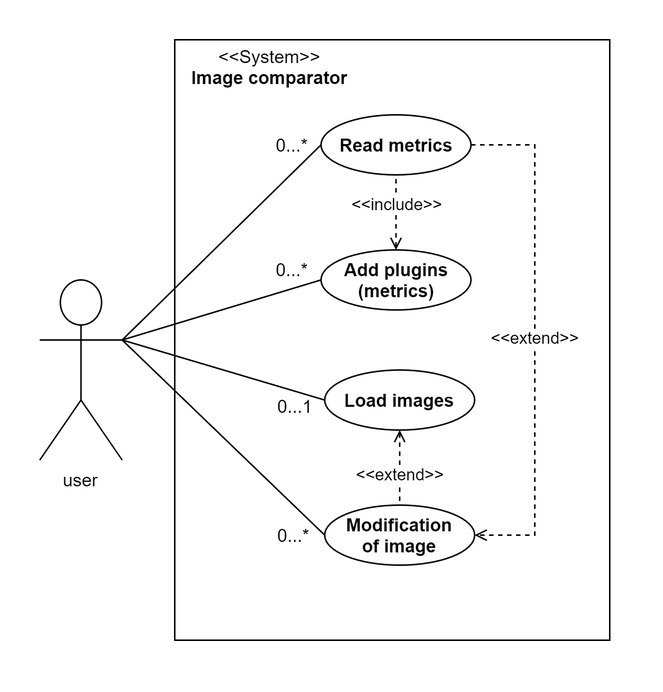
Above: docs/use_case_diagram.png in software-engineering-labs-group-5/image-similarity (draw.io), before the change. Source tidied: cells renumbered, new cells last; positions are measured from the earlier drawing's top-left corner, leaving out a move shared by most shapes. The source it was exported from:
```xml
<mxGraphModel>
  <root>
    <mxCell id="0" />
    <mxCell id="1" parent="0" />
    <mxCell id="2" style="rounded=0;whiteSpace=wrap;html=1;" parent="1" vertex="1">
      <mxGeometry x="90" width="290" height="400" as="geometry" />
    </mxCell>
    <mxCell id="3" style="rounded=0;jettySize=auto;html=1;exitX=1;exitY=0.3333333333333333;exitDx=0;exitDy=0;exitPerimeter=0;entryX=0;entryY=0.5;entryDx=0;entryDy=0;endArrow=none;endFill=0;" parent="1" edge="1" source="6" target="8">
      <mxGeometry relative="1" as="geometry" />
    </mxCell>
    <mxCell id="4" style="edgeStyle=none;rounded=0;jettySize=auto;html=1;exitX=1;exitY=0.3333333333333333;exitDx=0;exitDy=0;exitPerimeter=0;entryX=0;entryY=0.5;entryDx=0;entryDy=0;endArrow=none;endFill=0;" parent="1" edge="1" source="6" target="9">
      <mxGeometry relative="1" as="geometry" />
    </mxCell>
    <mxCell id="5" style="edgeStyle=none;rounded=0;jettySize=auto;html=1;exitX=1;exitY=0.3333333333333333;exitDx=0;exitDy=0;exitPerimeter=0;entryX=0;entryY=0.5;entryDx=0;entryDy=0;endArrow=none;endFill=0;" parent="1" edge="1" source="6" target="12">
      <mxGeometry relative="1" as="geometry" />
    </mxCell>
    <mxCell id="6" value="user" style="shape=umlActor;verticalLabelPosition=bottom;verticalAlign=top;html=1;outlineConnect=0;rotation=0;direction=east;horizontal=1;" parent="1" vertex="1">
      <mxGeometry y="160" width="55" height="120" as="geometry" />
    </mxCell>
    <mxCell id="7" value="&amp;lt;&amp;lt;include&amp;gt;&amp;gt;" style="edgeStyle=orthogonalEdgeStyle;rounded=0;jettySize=auto;html=1;dashed=1;startArrow=open;startFill=0;endArrow=none;endFill=0;" parent="1" edge="1" source="8" target="13">
      <mxGeometry x="0.2" relative="1" as="geometry" />
    </mxCell>
    <mxCell id="8" value="Add plugins (metrics)" style="ellipse;whiteSpace=wrap;html=1;fontStyle=1;" parent="1" vertex="1">
      <mxGeometry x="187.5" y="140" width="100" height="40" as="geometry" />
    </mxCell>
    <mxCell id="9" value="Load images" style="ellipse;whiteSpace=wrap;html=1;fontStyle=1;" parent="1" vertex="1">
      <mxGeometry x="190" y="220" width="100" height="40" as="geometry" />
    </mxCell>
    <mxCell id="10" value="&amp;lt;&amp;lt;extend&amp;gt;&amp;gt;" style="edgeStyle=orthogonalEdgeStyle;rounded=0;jettySize=auto;html=1;exitX=1;exitY=0.5;exitDx=0;exitDy=0;entryX=1;entryY=0.5;entryDx=0;entryDy=0;dashed=1;endArrow=open;endFill=0;" parent="1" edge="1" source="13" target="12">
      <mxGeometry relative="1" as="geometry">
        <Array as="points">
          <mxPoint x="330" y="70" />
          <mxPoint x="330" y="330" />
        </Array>
      </mxGeometry>
    </mxCell>
    <mxCell id="11" value="&amp;lt;&amp;lt;extend&amp;gt;&amp;gt;" style="edgeStyle=none;rounded=0;jettySize=auto;html=1;exitX=0.5;exitY=1;exitDx=0;exitDy=0;entryX=0.5;entryY=0;entryDx=0;entryDy=0;startArrow=open;startFill=0;endArrow=none;endFill=0;dashed=1;" parent="1" edge="1" source="9" target="12">
      <mxGeometry x="0.2" relative="1" as="geometry" />
    </mxCell>
    <mxCell id="12" value="Modification&lt;br&gt;of image" style="ellipse;whiteSpace=wrap;html=1;fontStyle=1;" parent="1" vertex="1">
      <mxGeometry x="190" y="310" width="100" height="40" as="geometry" />
    </mxCell>
    <mxCell id="13" value="Read metrics" style="ellipse;whiteSpace=wrap;html=1;fontStyle=1;" parent="1" vertex="1">
      <mxGeometry x="187.5" y="50" width="100" height="40" as="geometry" />
    </mxCell>
    <mxCell id="14" style="endArrow=none;html=1;entryX=0;entryY=0.5;entryDx=0;entryDy=0;exitX=1;exitY=0.3333333333333333;exitDx=0;exitDy=0;exitPerimeter=0;" parent="1" edge="1" source="6" target="13">
      <mxGeometry relative="1" as="geometry" />
    </mxCell>
    <mxCell id="15" value="0...*" style="text;html=1;align=center;verticalAlign=middle;" parent="1" vertex="1">
      <mxGeometry x="149.3" y="320" width="40" height="20" as="geometry" />
    </mxCell>
    <mxCell id="16" value="&amp;lt;&amp;lt;System&amp;gt;&amp;gt;&lt;br&gt;&lt;b&gt;Image comparator&lt;/b&gt;" style="text;html=1;align=center;verticalAlign=middle;" parent="1" vertex="1">
      <mxGeometry x="93" y="3" width="120" height="30" as="geometry" />
    </mxCell>
    <mxCell id="17" value="0...*" style="text;html=1;align=center;verticalAlign=middle;" parent="1" vertex="1">
      <mxGeometry x="147.5" y="60" width="40" height="20" as="geometry" />
    </mxCell>
    <mxCell id="18" value="0...1" style="text;html=1;align=center;verticalAlign=middle;" parent="1" vertex="1">
      <mxGeometry x="150.1" y="234" width="40" height="20" as="geometry" />
    </mxCell>
    <mxCell id="19" value="0...*" style="text;html=1;align=center;verticalAlign=middle;" parent="1" vertex="1">
      <mxGeometry x="147.5" y="143" width="40" height="20" as="geometry" />
    </mxCell>
  </root>
</mxGraphModel>
```
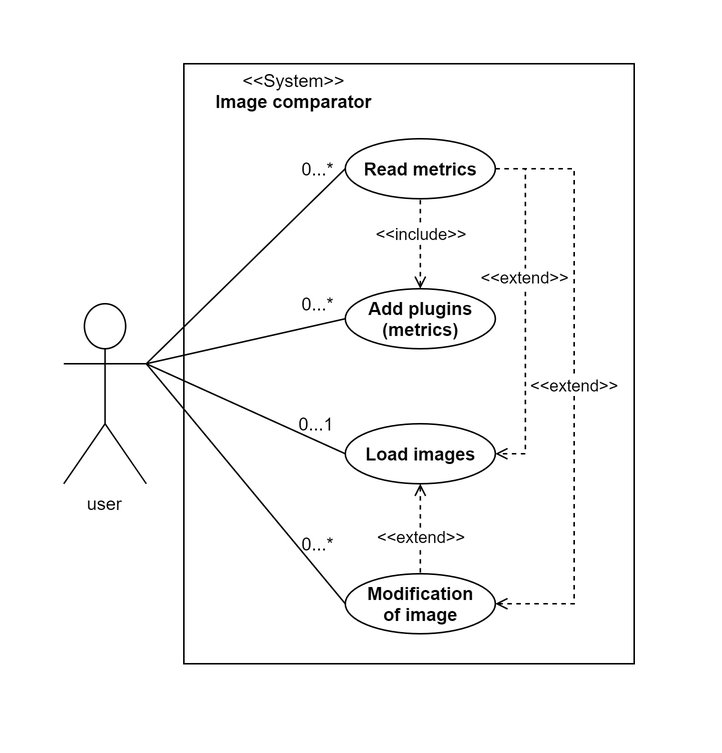
Above is the later version.

Commit message:
Update use case diagram (#4)

* Update use_case_diagram.drawio

* Regenerate use_case_diagram.png

Change to the diagram source:
```diff
@@ -2,9 +2,9 @@
   <root>
     <mxCell id="0" />
     <mxCell id="1" parent="0" />
-    <mxCell id="2" style="rounded=0;whiteSpace=wrap;html=1;" parent="1" vertex="1">
-      <mxGeometry x="90" width="290" height="400" as="geometry" />
-    </mxCell>
+    <mxCell id="20" style="rounded=0;whiteSpace=wrap;html=1;" parent="1" vertex="1">
+      <mxGeometry x="120" y="40" width="300" height="400" as="geometry" />
+    </mxCell>
     <mxCell id="3" style="rounded=0;jettySize=auto;html=1;exitX=1;exitY=0.3333333333333333;exitDx=0;exitDy=0;exitPerimeter=0;entryX=0;entryY=0.5;entryDx=0;entryDy=0;endArrow=none;endFill=0;" parent="1" edge="1" source="6" target="8">
       <mxGeometry relative="1" as="geometry" />
     </mxCell>
@@ -15,22 +15,22 @@
       <mxGeometry relative="1" as="geometry" />
     </mxCell>
     <mxCell id="6" value="user" style="shape=umlActor;verticalLabelPosition=bottom;verticalAlign=top;html=1;outlineConnect=0;rotation=0;direction=east;horizontal=1;" parent="1" vertex="1">
-      <mxGeometry y="160" width="55" height="120" as="geometry" />
+      <mxGeometry x="40" y="200" width="55" height="120" as="geometry" />
     </mxCell>
     <mxCell id="7" value="&amp;lt;&amp;lt;include&amp;gt;&amp;gt;" style="edgeStyle=orthogonalEdgeStyle;rounded=0;jettySize=auto;html=1;dashed=1;startArrow=open;startFill=0;endArrow=none;endFill=0;" parent="1" edge="1" source="8" target="13">
       <mxGeometry x="0.2" relative="1" as="geometry" />
     </mxCell>
     <mxCell id="8" value="Add plugins (metrics)" style="ellipse;whiteSpace=wrap;html=1;fontStyle=1;" parent="1" vertex="1">
-      <mxGeometry x="187.5" y="140" width="100" height="40" as="geometry" />
+      <mxGeometry x="227.5" y="190" width="100" height="40" as="geometry" />
     </mxCell>
     <mxCell id="9" value="Load images" style="ellipse;whiteSpace=wrap;html=1;fontStyle=1;" parent="1" vertex="1">
-      <mxGeometry x="190" y="220" width="100" height="40" as="geometry" />
+      <mxGeometry x="227.5" y="280" width="100" height="40" as="geometry" />
     </mxCell>
     <mxCell id="10" value="&amp;lt;&amp;lt;extend&amp;gt;&amp;gt;" style="edgeStyle=orthogonalEdgeStyle;rounded=0;jettySize=auto;html=1;exitX=1;exitY=0.5;exitDx=0;exitDy=0;entryX=1;entryY=0.5;entryDx=0;entryDy=0;dashed=1;endArrow=open;endFill=0;" parent="1" edge="1" source="13" target="12">
       <mxGeometry relative="1" as="geometry">
         <Array as="points">
-          <mxPoint x="330" y="70" />
-          <mxPoint x="330" y="330" />
+          <mxPoint x="380" y="110" />
+          <mxPoint x="380" y="400" />
         </Array>
       </mxGeometry>
     </mxCell>
@@ -38,28 +38,36 @@
       <mxGeometry x="0.2" relative="1" as="geometry" />
     </mxCell>
     <mxCell id="12" value="Modification&lt;br&gt;of image" style="ellipse;whiteSpace=wrap;html=1;fontStyle=1;" parent="1" vertex="1">
-      <mxGeometry x="190" y="310" width="100" height="40" as="geometry" />
+      <mxGeometry x="227.5" y="380" width="100" height="40" as="geometry" />
     </mxCell>
+    <mxCell id="21" style="edgeStyle=orthogonalEdgeStyle;rounded=0;jettySize=auto;html=1;exitX=1;exitY=0.5;exitDx=0;exitDy=0;entryX=1;entryY=0.5;entryDx=0;entryDy=0;dashed=1;endArrow=open;endFill=0;" parent="1" edge="1" source="13" target="9">
+      <mxGeometry relative="1" as="geometry" />
+    </mxCell>
+    <mxCell id="22" value="&amp;lt;&amp;lt;extend&amp;gt;&amp;gt;" style="edgeLabel;html=1;align=center;verticalAlign=middle;" parent="21" vertex="1">
+      <mxGeometry x="-0.11" y="-1" relative="1" as="geometry">
+        <mxPoint y="-8.9" as="offset" />
+      </mxGeometry>
+    </mxCell>
     <mxCell id="13" value="Read metrics" style="ellipse;whiteSpace=wrap;html=1;fontStyle=1;" parent="1" vertex="1">
-      <mxGeometry x="187.5" y="50" width="100" height="40" as="geometry" />
+      <mxGeometry x="227.5" y="90" width="100" height="40" as="geometry" />
     </mxCell>
     <mxCell id="14" style="endArrow=none;html=1;entryX=0;entryY=0.5;entryDx=0;entryDy=0;exitX=1;exitY=0.3333333333333333;exitDx=0;exitDy=0;exitPerimeter=0;" parent="1" edge="1" source="6" target="13">
       <mxGeometry relative="1" as="geometry" />
     </mxCell>
-    <mxCell id="15" value="0...*" style="text;html=1;align=center;verticalAlign=middle;" parent="1" vertex="1">
-      <mxGeometry x="149.3" y="320" width="40" height="20" as="geometry" />
-    </mxCell>
+    <mxCell id="23" value="0...*" style="text;html=1;align=center;verticalAlign=middle;" parent="1" vertex="1">
+      <mxGeometry x="189.3" y="350" width="40" height="20" as="geometry" />
+    </mxCell>
     <mxCell id="16" value="&amp;lt;&amp;lt;System&amp;gt;&amp;gt;&lt;br&gt;&lt;b&gt;Image comparator&lt;/b&gt;" style="text;html=1;align=center;verticalAlign=middle;" parent="1" vertex="1">
-      <mxGeometry x="93" y="3" width="120" height="30" as="geometry" />
+      <mxGeometry x="133" y="43" width="120" height="30" as="geometry" />
     </mxCell>
-    <mxCell id="17" value="0...*" style="text;html=1;align=center;verticalAlign=middle;" parent="1" vertex="1">
-      <mxGeometry x="147.5" y="60" width="40" height="20" as="geometry" />
-    </mxCell>
+    <mxCell id="24" value="0...*" style="text;html=1;align=center;verticalAlign=middle;" parent="1" vertex="1">
+      <mxGeometry x="189.3" y="100" width="40" height="20" as="geometry" />
+    </mxCell>
     <mxCell id="18" value="0...1" style="text;html=1;align=center;verticalAlign=middle;" parent="1" vertex="1">
-      <mxGeometry x="150.1" y="234" width="40" height="20" as="geometry" />
+      <mxGeometry x="187.5" y="270" width="40" height="20" as="geometry" />
     </mxCell>
-    <mxCell id="19" value="0...*" style="text;html=1;align=center;verticalAlign=middle;" parent="1" vertex="1">
-      <mxGeometry x="147.5" y="143" width="40" height="20" as="geometry" />
-    </mxCell>
+    <mxCell id="25" value="0...*" style="text;html=1;align=center;verticalAlign=middle;" parent="1" vertex="1">
+      <mxGeometry x="189.3" y="190" width="40" height="20" as="geometry" />
+    </mxCell>
   </root>
 </mxGraphModel>
```
